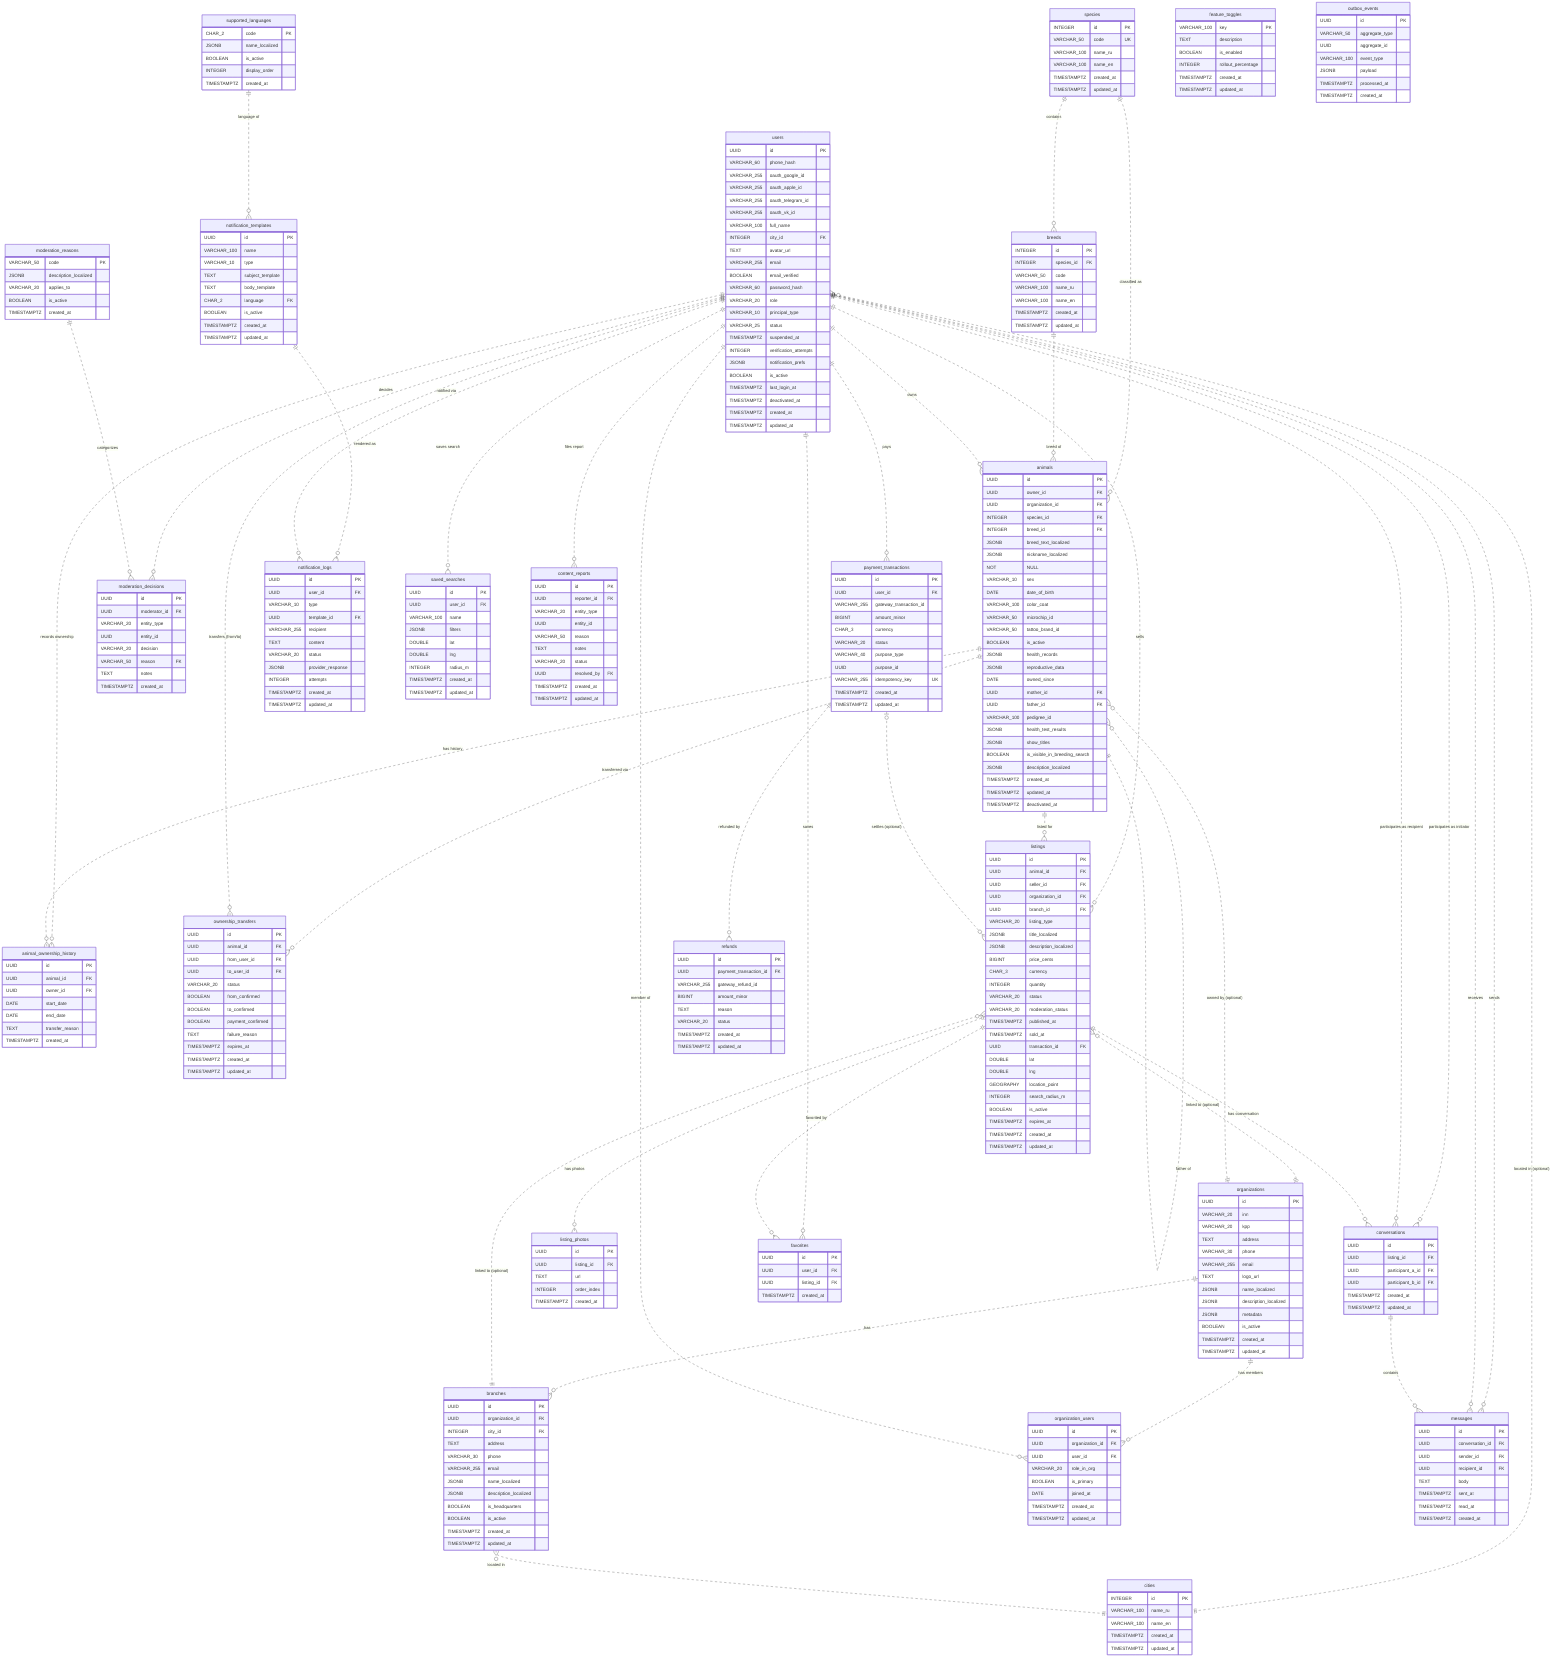
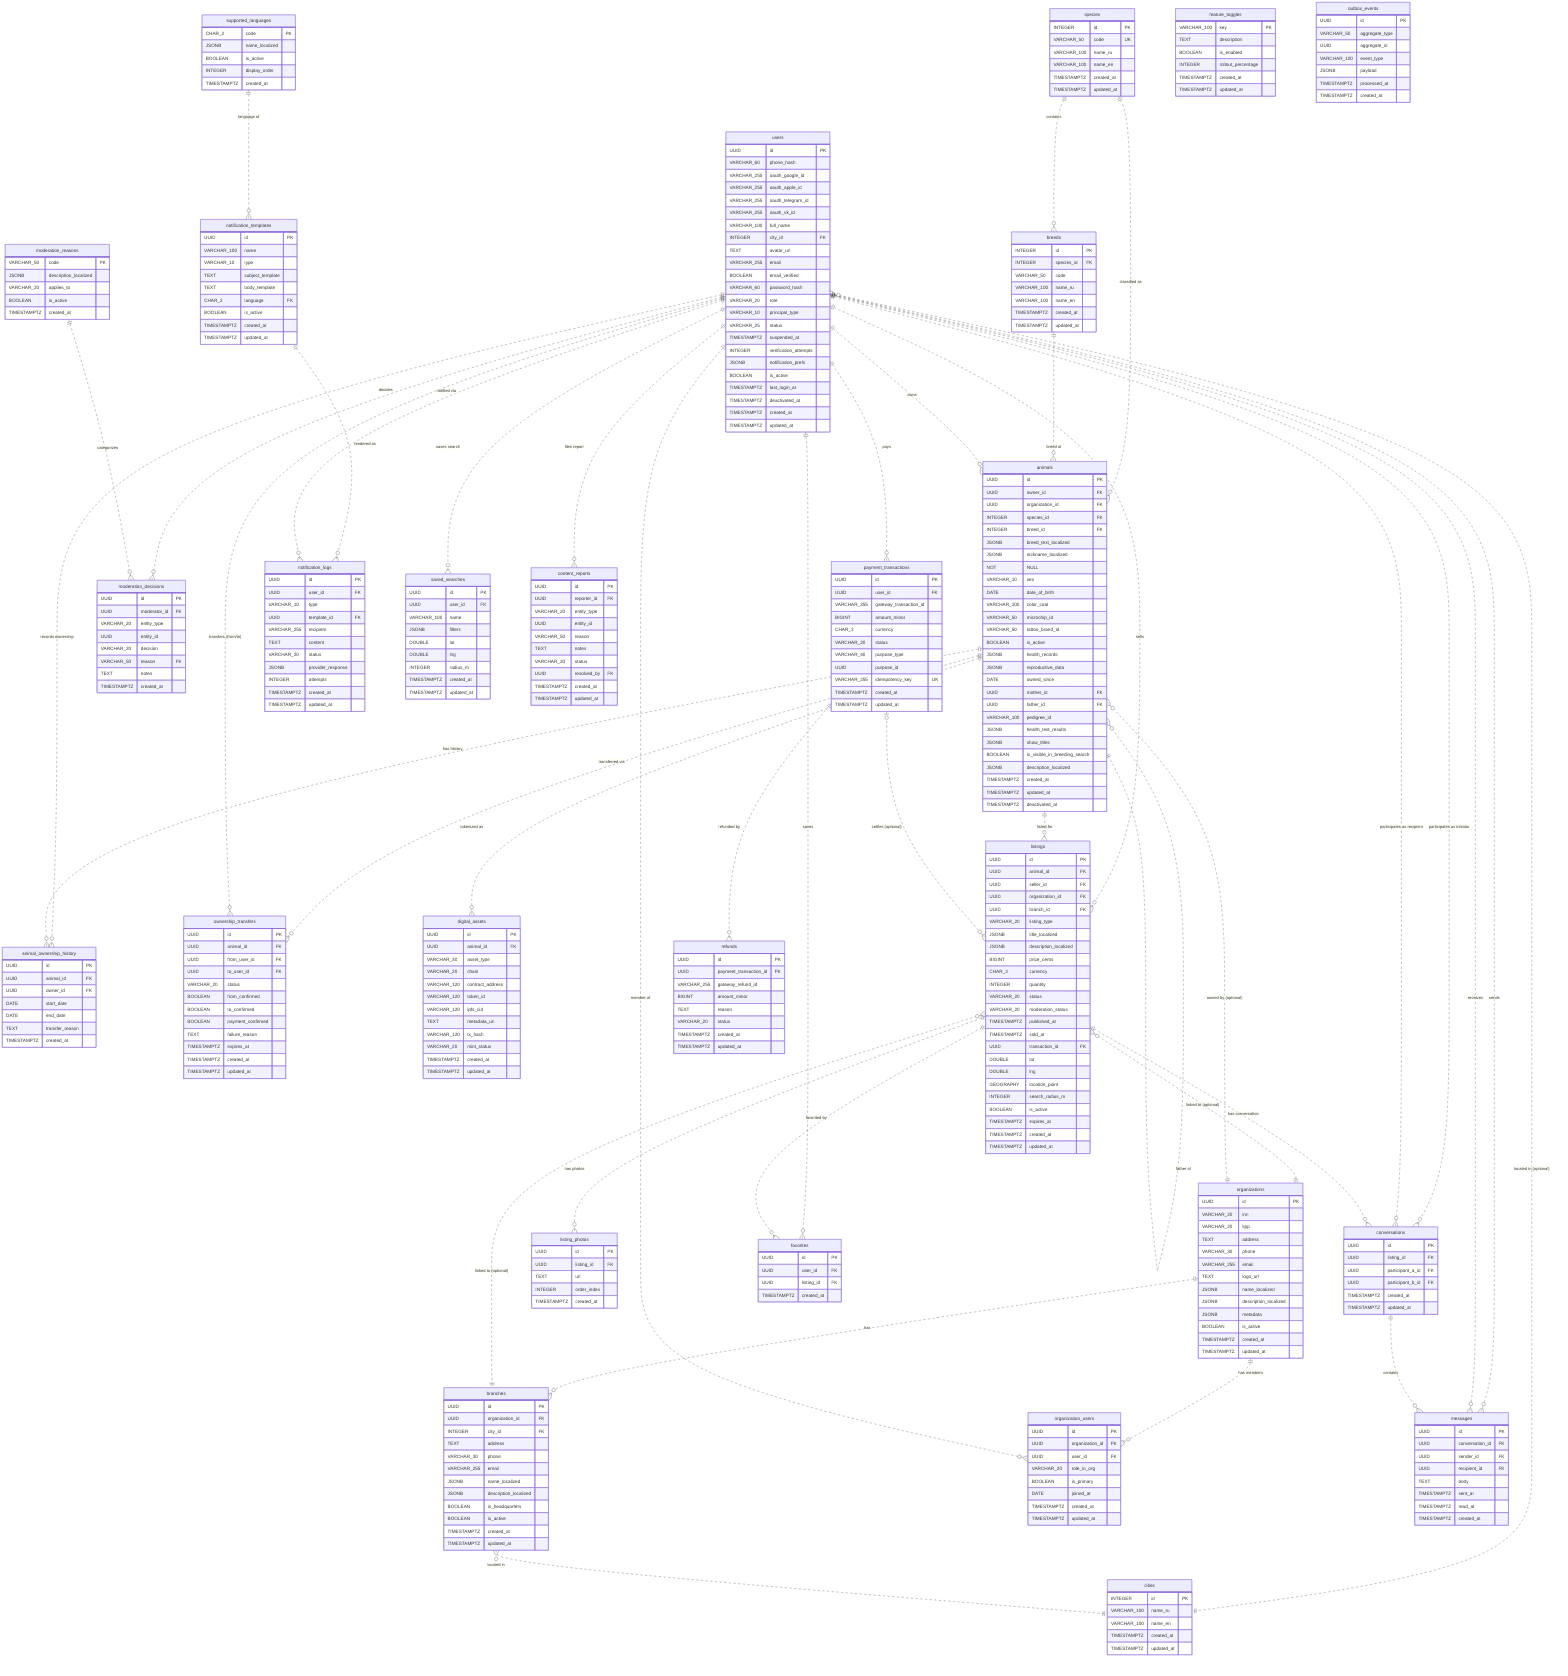
erDiagram
    %% Reference Data Tables
    species {
        INTEGER id PK
        VARCHAR_50 code UK
        VARCHAR_100 name_ru
        VARCHAR_100 name_en
        TIMESTAMPTZ created_at
        TIMESTAMPTZ updated_at
    }
    breeds {
        INTEGER id PK
        INTEGER species_id FK
        VARCHAR_50 code
        VARCHAR_100 name_ru
        VARCHAR_100 name_en
        TIMESTAMPTZ created_at
        TIMESTAMPTZ updated_at
        %% UK (species_id, code)
    }
    cities {
        INTEGER id PK
        VARCHAR_100 name_ru
        VARCHAR_100 name_en
        TIMESTAMPTZ created_at
        TIMESTAMPTZ updated_at
    }
    supported_languages {
        CHAR_2 code PK
        JSONB name_localized
        BOOLEAN is_active
        INTEGER display_order
        TIMESTAMPTZ created_at
    }

    %% Identity Domain
    users {
        UUID id PK
        VARCHAR_60 phone_hash
        VARCHAR_255 oauth_google_id
        VARCHAR_255 oauth_apple_id
        VARCHAR_255 oauth_telegram_id
        VARCHAR_255 oauth_vk_id
        VARCHAR_100 full_name
        INTEGER city_id FK
        TEXT avatar_url
        VARCHAR_255 email
        BOOLEAN email_verified
        VARCHAR_60 password_hash
        VARCHAR_20 role
        VARCHAR_10 principal_type
        VARCHAR_25 status
        TIMESTAMPTZ suspended_at
        INTEGER verification_attempts
        JSONB notification_prefs
        BOOLEAN is_active
        TIMESTAMPTZ last_login_at
        TIMESTAMPTZ deactivated_at
        TIMESTAMPTZ created_at
        TIMESTAMPTZ updated_at
    }

    %% Animal Domain
    animals {
        UUID id PK
        UUID owner_id FK
        UUID organization_id FK
        INTEGER species_id FK
        INTEGER breed_id FK
        JSONB breed_text_localized
        JSONB nickname_localized NOT NULL
        VARCHAR_10 sex
        DATE date_of_birth
        VARCHAR_100 color_coat
        VARCHAR_50 microchip_id
        VARCHAR_50 tattoo_brand_id
        BOOLEAN is_active
        JSONB health_records
        JSONB reproductive_data
        DATE owned_since
        UUID mother_id FK
        UUID father_id FK
        VARCHAR_100 pedigree_id
        JSONB health_test_results
        JSONB show_titles
        BOOLEAN is_visible_in_breeding_search
        JSONB description_localized
        TIMESTAMPTZ created_at
        TIMESTAMPTZ updated_at
        TIMESTAMPTZ deactivated_at
    }
    animal_ownership_history {
        UUID id PK
        UUID animal_id FK
        UUID owner_id FK
        DATE start_date
        DATE end_date
        TEXT transfer_reason
        TIMESTAMPTZ created_at
    }
    ownership_transfers {
        UUID id PK
        UUID animal_id FK
        UUID from_user_id FK
        UUID to_user_id FK
        VARCHAR_20 status
        BOOLEAN from_confirmed
        BOOLEAN to_confirmed
        BOOLEAN payment_confirmed
        TEXT failure_reason
        TIMESTAMPTZ expires_at
        TIMESTAMPTZ created_at
        TIMESTAMPTZ updated_at
    }
+     digital_assets {
+         UUID id PK
+         UUID animal_id FK
+         VARCHAR_30 asset_type
+         VARCHAR_20 chain
+         VARCHAR_120 contract_address
+         VARCHAR_120 token_id
+         VARCHAR_120 ipfs_cid
+         TEXT metadata_uri
+         VARCHAR_120 tx_hash
+         VARCHAR_20 mint_status
+         TIMESTAMPTZ created_at
+         TIMESTAMPTZ updated_at
+         %% ADR-0010: NFT readiness hook; gated by feature_toggles
+     }

    %% Organization Domain
    organizations {
        UUID id PK
        VARCHAR_20 inn
        VARCHAR_20 kpp
        TEXT address
        VARCHAR_30 phone
        VARCHAR_255 email
        TEXT logo_url
        JSONB name_localized
        JSONB description_localized
        JSONB metadata
        BOOLEAN is_active
        TIMESTAMPTZ created_at
        TIMESTAMPTZ updated_at
    }
    branches {
        UUID id PK
        UUID organization_id FK
        INTEGER city_id FK
        TEXT address
        VARCHAR_30 phone
        VARCHAR_255 email
        JSONB name_localized
        JSONB description_localized
        BOOLEAN is_headquarters
        BOOLEAN is_active
        TIMESTAMPTZ created_at
        TIMESTAMPTZ updated_at
    }
    organization_users {
        UUID id PK
        UUID organization_id FK
        UUID user_id FK
        VARCHAR_20 role_in_org
        BOOLEAN is_primary
        DATE joined_at
        TIMESTAMPTZ created_at
        TIMESTAMPTZ updated_at
        %% UK (organization_id, user_id)
    }

    %% Marketplace/Listings Domain
    listings {
        UUID id PK
        UUID animal_id FK
        UUID seller_id FK
        UUID organization_id FK
        UUID branch_id FK
        VARCHAR_20 listing_type
        JSONB title_localized
        JSONB description_localized
        BIGINT price_cents
        CHAR_3 currency
        INTEGER quantity
        VARCHAR_20 status
        VARCHAR_20 moderation_status
        TIMESTAMPTZ published_at
        TIMESTAMPTZ sold_at
        UUID transaction_id FK
        DOUBLE lat
        DOUBLE lng
        GEOGRAPHY location_point
        INTEGER search_radius_m
        BOOLEAN is_active
        TIMESTAMPTZ expires_at
        TIMESTAMPTZ created_at
        TIMESTAMPTZ updated_at
        %% UK (animal_id, listing_type) WHERE status='ACTIVE'
    }
    listing_photos {
        UUID id PK
        UUID listing_id FK
        TEXT url
        INTEGER order_index
        TIMESTAMPTZ created_at
    }
    conversations {
        UUID id PK
        UUID listing_id FK
        UUID participant_a_id FK
        UUID participant_b_id FK
        TIMESTAMPTZ created_at
        TIMESTAMPTZ updated_at
    }
    messages {
        UUID id PK
        UUID conversation_id FK
        UUID sender_id FK
        UUID recipient_id FK
        TEXT body
        TIMESTAMPTZ sent_at
        TIMESTAMPTZ read_at
        TIMESTAMPTZ created_at
    }

    %% Moderation Domain
    moderation_reasons {
        VARCHAR_50 code PK
        JSONB description_localized
        VARCHAR_20 applies_to
        BOOLEAN is_active
        TIMESTAMPTZ created_at
    }
    moderation_decisions {
        UUID id PK
        UUID moderator_id FK
        VARCHAR_20 entity_type
        UUID entity_id
        VARCHAR_20 decision
        VARCHAR_50 reason FK
        TEXT notes
        TIMESTAMPTZ created_at
        %% append-only (immutable)
    }

    %% Payment Domain
    payment_transactions {
        UUID id PK
        UUID user_id FK
        VARCHAR_255 gateway_transaction_id
        BIGINT amount_minor
        CHAR_3 currency
        VARCHAR_20 status
        VARCHAR_40 purpose_type
        UUID purpose_id
        VARCHAR_255 idempotency_key UK
        TIMESTAMPTZ created_at
        TIMESTAMPTZ updated_at
    }
    refunds {
        UUID id PK
        UUID payment_transaction_id FK
        VARCHAR_255 gateway_refund_id
        BIGINT amount_minor
        TEXT reason
        VARCHAR_20 status
        TIMESTAMPTZ created_at
        TIMESTAMPTZ updated_at
    }

    %% Notification Domain
    notification_templates {
        UUID id PK
        VARCHAR_100 name
        VARCHAR_10 type
        TEXT subject_template
        TEXT body_template
        CHAR_2 language FK
        BOOLEAN is_active
        TIMESTAMPTZ created_at
        TIMESTAMPTZ updated_at
        %% UK (name, type, language)
    }
    notification_logs {
        UUID id PK
        UUID user_id FK
        VARCHAR_10 type
        UUID template_id FK
        VARCHAR_255 recipient
        TEXT content
        VARCHAR_20 status
        JSONB provider_response
        INTEGER attempts
        TIMESTAMPTZ created_at
        TIMESTAMPTZ updated_at
    }

    %% Favorites & Saved Searches (MVP)
    favorites {
        UUID id PK
        UUID user_id FK
        UUID listing_id FK
        TIMESTAMPTZ created_at
        %% UK (user_id, listing_id)
    }
    saved_searches {
        UUID id PK
        UUID user_id FK
        VARCHAR_100 name
        JSONB filters
        DOUBLE lat
        DOUBLE lng
        INTEGER radius_m
        TIMESTAMPTZ created_at
        TIMESTAMPTZ updated_at
    }
    content_reports {
        UUID id PK
        UUID reporter_id FK
        VARCHAR_20 entity_type
        UUID entity_id
        VARCHAR_50 reason
        TEXT notes
        VARCHAR_20 status
        UUID resolved_by FK
        TIMESTAMPTZ created_at
        TIMESTAMPTZ updated_at
    }

    %% Extensibility / System Tables
    feature_toggles {
        VARCHAR_100 key PK
        TEXT description
        BOOLEAN is_enabled
        INTEGER rollout_percentage
        TIMESTAMPTZ created_at
        TIMESTAMPTZ updated_at
    }
    outbox_events {
        UUID id PK
        VARCHAR_50 aggregate_type
        UUID aggregate_id
        VARCHAR_100 event_type
        JSONB payload
        TIMESTAMPTZ processed_at
        TIMESTAMPTZ created_at
    }

    %% Relationships
    species ||..o{ breeds : "contains"
    species ||..o{ animals : "classified as"
    breeds ||..o{ animals : "breed of"
    users }o..|| cities : "located in (optional)"
    users ||..o{ animals : "owns"
    users ||..o{ animal_ownership_history : "records ownership"
    users ||..o{ listings : "sells"
    users ||..o{ conversations : "participates as initiator"
    users ||..o{ conversations : "participates as recipient"
    users ||..o{ messages : "sends"
    users ||..o{ messages : "receives"
    animals ||..o{ animal_ownership_history : "has history"
    animals ||..o{ listings : "listed for"
    animals ||..o{ ownership_transfers : "transferred via"
    users ||..o{ ownership_transfers : "transfers (from/to)"
+     animals ||..o{ digital_assets : "tokenized as"
    animals }o..|| animals : "mother of"
    animals }o..|| animals : "father of"
    listings ||..o{ listing_photos : "has photos"
    listings ||..o{ conversations : "has conversation"
    conversations ||..o{ messages : "contains"
    users ||..o{ favorites : "saves"
    listings ||..o{ favorites : "favorited by"
    users ||..o{ saved_searches : "saves search"
    users ||..o{ content_reports : "files report"

    %% Organization Domain Relationships (junction = M:N resolved)
    organizations ||..o{ organization_users : "has members"
    users ||..o{ organization_users : "member of"
    organizations ||..o{ branches : "has"
    branches }o..|| cities : "located in"
    listings }o..|| organizations : "linked to (optional)"
    listings }o..|| branches : "linked to (optional)"
    animals }o..|| organizations : "owned by (optional)"

    %% Moderation / Payment / Notification Relationships
    users ||..o{ moderation_decisions : "decides"
    moderation_reasons ||..o{ moderation_decisions : "categorizes"
    users ||..o{ payment_transactions : "pays"
    payment_transactions ||..o{ refunds : "refunded by"
    payment_transactions |o..o{ listings : "settles (optional)"
    supported_languages ||..o{ notification_templates : "language of"
    notification_templates ||..o{ notification_logs : "rendered as"
    users ||..o{ notification_logs : "notified via"
